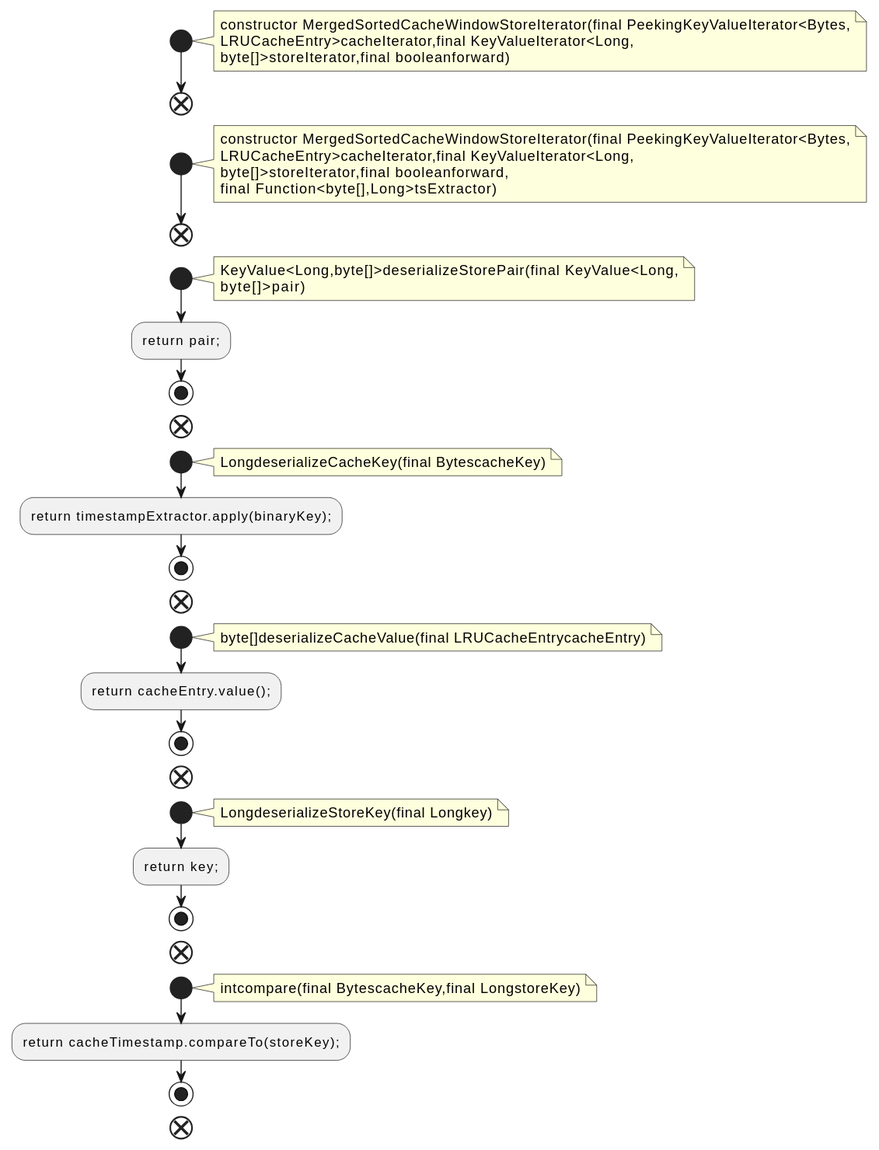
The PlantUML diagram docs/qc/streams/src/main/java/org/apache/kafka/streams/state/internals/MergedSortedCacheWindowStoreIterator.java.fct.svg in qualitesys/kafka, before a commit.
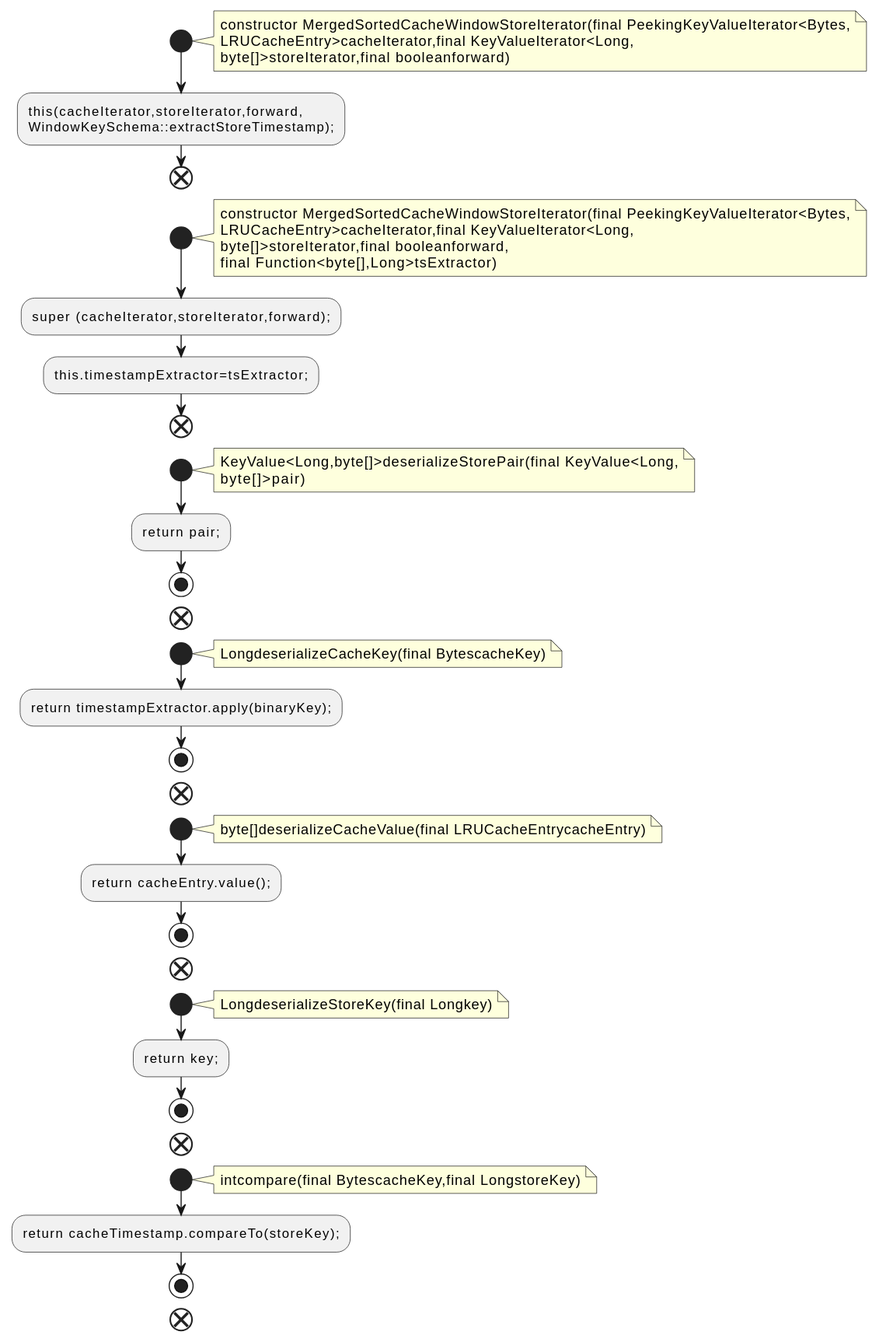
After the change.

What changed in the source:
```diff
@@ -6,6 +6,8 @@
 LRUCacheEntry>cacheIterator,final KeyValueIterator<Long,
 byte[]>storeIterator,final booleanforward)
 end note
+:this(cacheIterator,storeIterator,forward,
+WindowKeySchema::extractStoreTimestamp);;
 end
 start
 note right
@@ -14,6 +16,8 @@
 byte[]>storeIterator,final booleanforward,
 final Function<byte[],Long>tsExtractor)
 end note
+:super (cacheIterator,storeIterator,forward);;
+:this.timestampExtractor=tsExtractor;;
 end
 start
 note right
```
